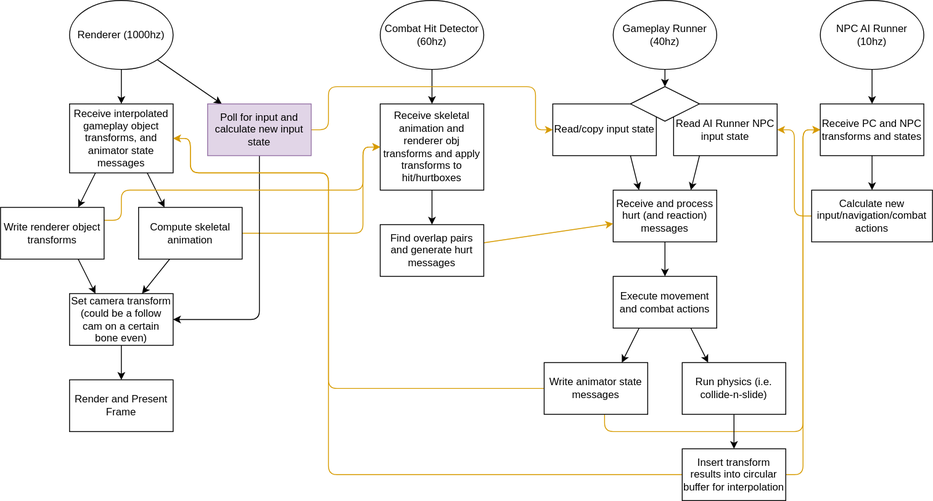
This is design/software_architecture_whole.drawio.svg from TimoGuy/soranin_game_a2, a draw.io export, as it was before one commit. Source tidied: cells renumbered, new cells last; positions are measured from the earlier drawing's top-left corner, leaving out a move shared by most shapes.
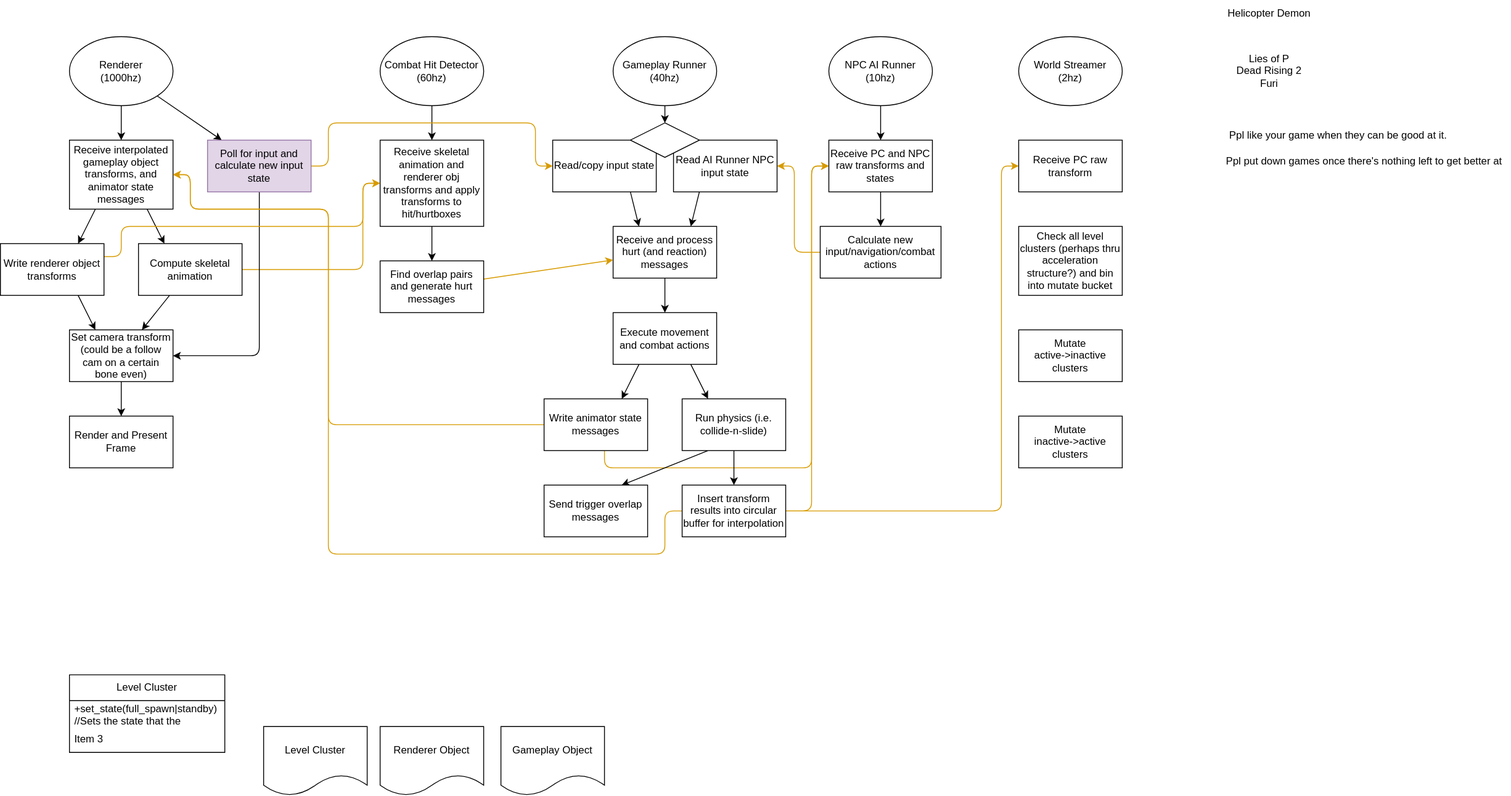
The same diagram one commit later.

Change to the diagram source:
```diff
@@ -8,13 +8,13 @@
     <mxCell id="3" style="edgeStyle=none;html=1;exitX=0.5;exitY=1;exitDx=0;exitDy=0;entryX=0.5;entryY=0;entryDx=0;entryDy=0;" parent="1" edge="1" source="4" target="27">
       <mxGeometry relative="1" as="geometry" />
     </mxCell>
-    <mxCell id="4" value="Renderer (1000hz)" style="ellipse;whiteSpace=wrap;html=1;" parent="1" vertex="1">
+    <mxCell id="4" value="Renderer&lt;div&gt;(1000hz)&lt;/div&gt;" style="ellipse;whiteSpace=wrap;html=1;" parent="1" vertex="1">
       <mxGeometry x="80" width="120" height="80" as="geometry" />
     </mxCell>
     <mxCell id="5" style="edgeStyle=none;html=1;exitX=0.5;exitY=1;exitDx=0;exitDy=0;entryX=0.5;entryY=0;entryDx=0;entryDy=0;" parent="1" edge="1" source="6" target="51">
       <mxGeometry relative="1" as="geometry" />
     </mxCell>
-    <mxCell id="6" value="Gameplay Runner&lt;span style=&quot;background-color: transparent;&quot;&gt;&amp;nbsp;(40hz)&lt;/span&gt;" style="ellipse;whiteSpace=wrap;html=1;" parent="1" vertex="1">
+    <mxCell id="6" value="Gameplay Runner&lt;div&gt;&lt;span style=&quot;background-color: transparent;&quot;&gt;(40hz)&lt;/span&gt;&lt;/div&gt;" style="ellipse;whiteSpace=wrap;html=1;" parent="1" vertex="1">
       <mxGeometry x="710" width="120" height="80" as="geometry" />
     </mxCell>
     <mxCell id="7" style="edgeStyle=none;html=1;" parent="1" edge="1" source="8" target="13">
@@ -135,8 +135,8 @@
         <Array as="points">
           <mxPoint x="700" y="450" />
           <mxPoint x="700" y="500" />
-          <mxPoint x="930" y="500" />
-          <mxPoint x="930" y="150" />
+          <mxPoint x="940" y="500" />
+          <mxPoint x="940" y="150" />
         </Array>
       </mxGeometry>
     </mxCell>
@@ -146,13 +146,18 @@
     <mxCell id="38" style="edgeStyle=none;html=1;" parent="1" edge="1" source="39" target="42">
       <mxGeometry relative="1" as="geometry" />
     </mxCell>
+    <mxCell id="52" style="edgeStyle=none;html=1;exitX=0.25;exitY=1;exitDx=0;exitDy=0;entryX=0.75;entryY=0;entryDx=0;entryDy=0;" parent="1" edge="1" source="39" target="54">
+      <mxGeometry relative="1" as="geometry" />
+    </mxCell>
     <mxCell id="39" value="Run physics (i.e. collide-n-slide)" style="rounded=0;whiteSpace=wrap;html=1;" parent="1" vertex="1">
       <mxGeometry x="790" y="420" width="120" height="60" as="geometry" />
     </mxCell>
     <mxCell id="40" style="edgeStyle=orthogonalEdgeStyle;html=1;exitX=0;exitY=0.5;exitDx=0;exitDy=0;entryX=1;entryY=0.5;entryDx=0;entryDy=0;fillColor=#ffe6cc;strokeColor=#d79b00;" parent="1" edge="1" source="42" target="27">
       <mxGeometry relative="1" as="geometry">
         <Array as="points">
-          <mxPoint x="380" y="550" />
+          <mxPoint x="770" y="550" />
+          <mxPoint x="770" y="600" />
+          <mxPoint x="380" y="600" />
           <mxPoint x="380" y="200" />
           <mxPoint x="220" y="200" />
           <mxPoint x="220" y="160" />
@@ -162,11 +167,19 @@
     <mxCell id="41" style="edgeStyle=orthogonalEdgeStyle;html=1;exitX=1;exitY=0.5;exitDx=0;exitDy=0;entryX=0;entryY=0.5;entryDx=0;entryDy=0;fillColor=#ffe6cc;strokeColor=#d79b00;" parent="1" edge="1" source="42" target="46">
       <mxGeometry relative="1" as="geometry">
         <Array as="points">
-          <mxPoint x="930" y="550" />
-          <mxPoint x="930" y="150" />
+          <mxPoint x="940" y="550" />
+          <mxPoint x="940" y="150" />
         </Array>
       </mxGeometry>
     </mxCell>
+    <mxCell id="53" style="edgeStyle=orthogonalEdgeStyle;html=1;exitX=1;exitY=0.5;exitDx=0;exitDy=0;entryX=0;entryY=0.5;entryDx=0;entryDy=0;fillColor=#ffe6cc;strokeColor=#d79b00;" parent="1" edge="1" source="42" target="56">
+      <mxGeometry relative="1" as="geometry">
+        <Array as="points">
+          <mxPoint x="1160" y="550" />
+          <mxPoint x="1160" y="150" />
+        </Array>
+      </mxGeometry>
+    </mxCell>
     <mxCell id="42" value="Insert transform results into circular buffer for interpolation" style="rounded=0;whiteSpace=wrap;html=1;" parent="1" vertex="1">
       <mxGeometry x="790" y="520" width="120" height="60" as="geometry" />
     </mxCell>
@@ -174,19 +187,24 @@
       <mxGeometry relative="1" as="geometry" />
     </mxCell>
     <mxCell id="44" value="NPC AI Runner (10hz)" style="ellipse;whiteSpace=wrap;html=1;" parent="1" vertex="1">
-      <mxGeometry x="950" width="120" height="80" as="geometry" />
+      <mxGeometry x="960" width="120" height="80" as="geometry" />
     </mxCell>
     <mxCell id="45" style="edgeStyle=none;html=1;" parent="1" edge="1" source="46" target="48">
       <mxGeometry relative="1" as="geometry" />
     </mxCell>
-    <mxCell id="46" value="Receive PC and NPC transforms and states" style="rounded=0;whiteSpace=wrap;html=1;" parent="1" vertex="1">
-      <mxGeometry x="950" y="120" width="120" height="60" as="geometry" />
+    <mxCell id="46" value="Receive PC and NPC raw transforms and states" style="rounded=0;whiteSpace=wrap;html=1;" parent="1" vertex="1">
+      <mxGeometry x="960" y="120" width="120" height="60" as="geometry" />
     </mxCell>
     <mxCell id="47" style="edgeStyle=orthogonalEdgeStyle;html=1;exitX=0;exitY=0.5;exitDx=0;exitDy=0;entryX=1;entryY=0.5;entryDx=0;entryDy=0;fillColor=#ffe6cc;strokeColor=#d79b00;" parent="1" edge="1" source="48" target="50">
-      <mxGeometry relative="1" as="geometry" />
+      <mxGeometry relative="1" as="geometry">
+        <Array as="points">
+          <mxPoint x="920" y="250" />
+          <mxPoint x="920" y="150" />
+        </Array>
+      </mxGeometry>
     </mxCell>
     <mxCell id="48" value="Calculate new input/navigation/combat actions" style="rounded=0;whiteSpace=wrap;html=1;" parent="1" vertex="1">
-      <mxGeometry x="940" y="220" width="140" height="60" as="geometry" />
+      <mxGeometry x="950" y="220" width="140" height="60" as="geometry" />
     </mxCell>
     <mxCell id="49" style="edgeStyle=none;html=1;exitX=0.25;exitY=1;exitDx=0;exitDy=0;entryX=0.75;entryY=0;entryDx=0;entryDy=0;" parent="1" edge="1" source="50" target="16">
       <mxGeometry relative="1" as="geometry" />
@@ -197,5 +215,53 @@
     <mxCell id="51" style="rhombus;whiteSpace=wrap;html=1;" parent="1" vertex="1">
       <mxGeometry x="730" y="100" width="80" height="40" as="geometry" />
     </mxCell>
+    <mxCell id="54" value="Send trigger overlap messages" style="rounded=0;whiteSpace=wrap;html=1;" parent="1" vertex="1">
+      <mxGeometry x="630" y="520" width="120" height="60" as="geometry" />
+    </mxCell>
+    <mxCell id="55" value="World Streamer&lt;div&gt;(2hz)&lt;/div&gt;" style="ellipse;whiteSpace=wrap;html=1;" parent="1" vertex="1">
+      <mxGeometry x="1180" width="120" height="80" as="geometry" />
+    </mxCell>
+    <mxCell id="56" value="Receive PC raw transform" style="rounded=0;whiteSpace=wrap;html=1;" parent="1" vertex="1">
+      <mxGeometry x="1180" y="120" width="120" height="60" as="geometry" />
+    </mxCell>
+    <mxCell id="57" value="Check all level clusters (perhaps thru acceleration structure?) and bin into mutate bucket" style="rounded=0;whiteSpace=wrap;html=1;" parent="1" vertex="1">
+      <mxGeometry x="1180" y="220" width="120" height="80" as="geometry" />
+    </mxCell>
+    <mxCell id="58" value="Mutate&lt;br&gt;active-&amp;gt;inactive clusters" style="rounded=0;whiteSpace=wrap;html=1;" parent="1" vertex="1">
+      <mxGeometry x="1180" y="340" width="120" height="60" as="geometry" />
+    </mxCell>
+    <mxCell id="59" value="Mutate&lt;br&gt;inactive-&amp;gt;active clusters" style="rounded=0;whiteSpace=wrap;html=1;" parent="1" vertex="1">
+      <mxGeometry x="1180" y="440" width="120" height="60" as="geometry" />
+    </mxCell>
+    <mxCell id="60" value="Level Cluster" style="shape=document;whiteSpace=wrap;html=1;boundedLbl=1;" parent="1" vertex="1">
+      <mxGeometry x="305" y="800" width="120" height="80" as="geometry" />
+    </mxCell>
+    <mxCell id="61" value="Renderer Object" style="shape=document;whiteSpace=wrap;html=1;boundedLbl=1;" parent="1" vertex="1">
+      <mxGeometry x="440" y="800" width="120" height="80" as="geometry" />
+    </mxCell>
+    <mxCell id="62" value="Gameplay Object" style="shape=document;whiteSpace=wrap;html=1;boundedLbl=1;" parent="1" vertex="1">
+      <mxGeometry x="580" y="800" width="120" height="80" as="geometry" />
+    </mxCell>
+    <mxCell id="63" value="Level Cluster" style="swimlane;fontStyle=0;horizontal=1;startSize=30;whiteSpace=wrap;html=1;" parent="1" vertex="1">
+      <mxGeometry x="80" y="740" width="180" height="90" as="geometry" />
+    </mxCell>
+    <mxCell id="64" value="+set_state(full_spawn|standby)&amp;nbsp; //Sets the state that the&amp;nbsp;" style="text;strokeColor=none;fillColor=none;align=left;verticalAlign=middle;spacingLeft=4;spacingRight=4;overflow=hidden;whiteSpace=wrap;html=1;" parent="63" vertex="1">
+      <mxGeometry y="30" width="180" height="30" as="geometry" />
+    </mxCell>
+    <mxCell id="65" value="Item 3" style="text;strokeColor=none;fillColor=none;align=left;verticalAlign=middle;spacingLeft=4;spacingRight=4;overflow=hidden;whiteSpace=wrap;html=1;" parent="63" vertex="1">
+      <mxGeometry y="60" width="180" height="30" as="geometry" />
+    </mxCell>
+    <mxCell id="66" value="Helicopter Demon" style="text;html=1;align=center;verticalAlign=middle;strokeColor=none;fillColor=none;" parent="1" vertex="1">
+      <mxGeometry x="1410" y="-42" width="120" height="30" as="geometry" />
+    </mxCell>
+    <mxCell id="67" value="Lies of P&lt;br&gt;Dead Rising 2&lt;br&gt;Furi" style="text;html=1;align=center;verticalAlign=middle;strokeColor=none;fillColor=none;" parent="1" vertex="1">
+      <mxGeometry x="1420" y="10" width="100" height="60" as="geometry" />
+    </mxCell>
+    <mxCell id="68" value="Ppl like your game when they can be good at it." style="text;html=1;align=center;verticalAlign=middle;strokeColor=none;fillColor=none;" parent="1" vertex="1">
+      <mxGeometry x="1410" y="100" width="280" height="30" as="geometry" />
+    </mxCell>
+    <mxCell id="69" value="Ppl put down games once there's nothing left to get better at" style="text;html=1;align=center;verticalAlign=middle;strokeColor=none;fillColor=none;" parent="1" vertex="1">
+      <mxGeometry x="1410" y="130" width="340" height="30" as="geometry" />
+    </mxCell>
   </root>
 </mxGraphModel>
```
